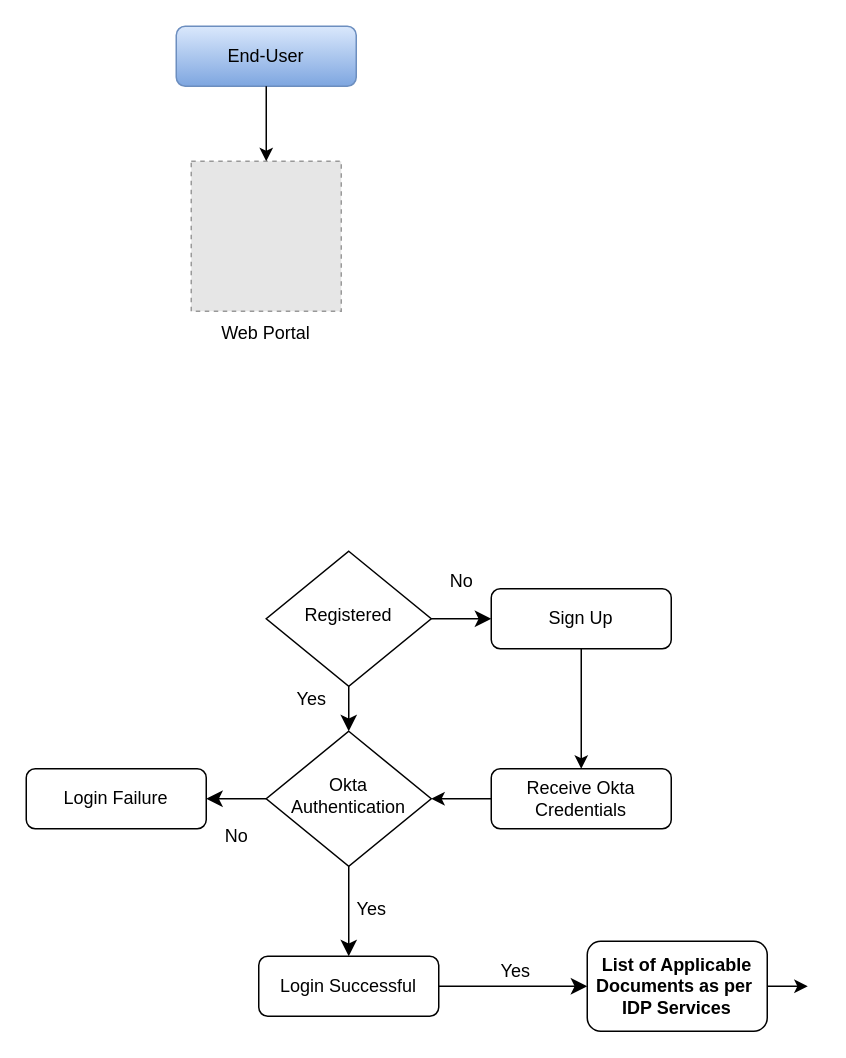
This is Generic Ai.drawio from sidthedesigner/Draw.io, a draw.io file, before an edit. Source tidied: cells renumbered, new cells numbered last; positions are measured from the earlier drawing's top-left corner, leaving out a move shared by most shapes. Both pictures are drawn from the tidied source at 150%, with x=0, y=0 at pixel (26, 26). Pictures stored in the file or linked from it are replaced by grey dashed boxes.
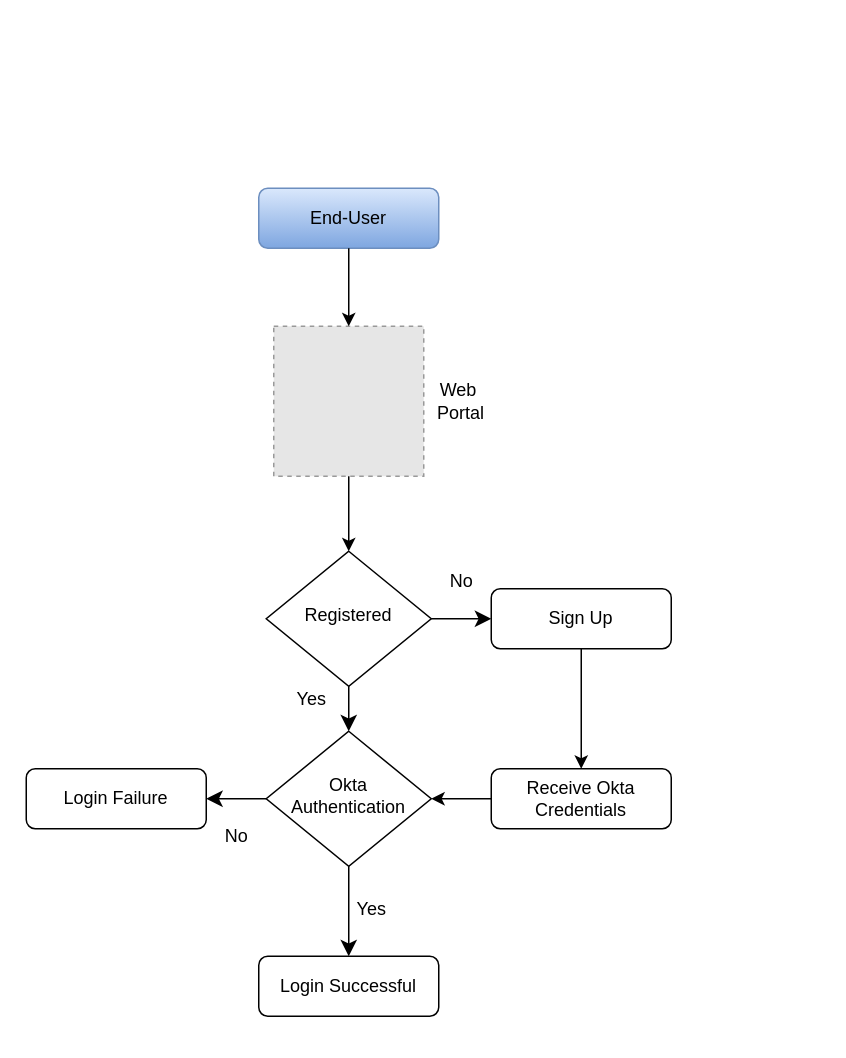
Above is the later version.

The change refers to these unchanged cells:
```xml
<mxCell id="5" value="Registered" style="rhombus;whiteSpace=wrap;html=1;shadow=0;fontFamily=Helvetica;fontSize=12;align=center;strokeWidth=1;spacing=6;spacingTop=-4;" parent="1" vertex="1">
  <mxGeometry x="160" y="350" width="110" height="90" as="geometry" />
</mxCell>
<mxCell id="9" value="Login Successful" style="rounded=1;whiteSpace=wrap;html=1;fontSize=12;glass=0;strokeWidth=1;shadow=0;" parent="1" vertex="1">
  <mxGeometry x="155" y="620" width="120" height="40" as="geometry" />
</mxCell>
```

Diff of the diagram source:
```diff
@@
     <mxCell id="2" value="End-User" style="rounded=1;whiteSpace=wrap;html=1;fontSize=12;glass=0;strokeWidth=1;shadow=0;fillColor=#dae8fc;gradientColor=#7ea6e0;strokeColor=#6c8ebf;" parent="1" vertex="1">
-      <mxGeometry x="100" width="120" height="40" as="geometry" />
+      <mxGeometry x="155" y="108" width="120" height="40" as="geometry" />
     </mxCell>
@@
-    <mxCell id="15" value="&lt;b style=&quot;font-size: 12px;&quot;&gt;List of Applicable&lt;/b&gt;&lt;div style=&quot;font-size: 12px;&quot;&gt;&lt;b style=&quot;font-size: 12px;&quot;&gt;Documents&amp;nbsp;&lt;span style=&quot;background-color: initial; font-size: 12px;&quot;&gt;as per&amp;nbsp;&lt;/span&gt;&lt;/b&gt;&lt;/div&gt;&lt;div style=&quot;font-size: 12px;&quot;&gt;&lt;span style=&quot;background-color: initial; font-size: 12px;&quot;&gt;&lt;b style=&quot;font-size: 12px;&quot;&gt;IDP Services&lt;/b&gt;&lt;/span&gt;&lt;/div&gt;" style="rounded=1;whiteSpace=wrap;html=1;fontSize=12;glass=0;strokeWidth=1;shadow=0;" parent="1" vertex="1">
-      <mxGeometry x="374" y="610" width="120" height="60" as="geometry" />
-    </mxCell>
-    <mxCell id="16" value="Yes" style="rounded=0;html=1;jettySize=auto;fontSize=12;endArrow=classic;endFill=1;endSize=8;strokeWidth=1;shadow=0;labelBackgroundColor=none;edgeStyle=orthogonalEdgeStyle;entryX=0;entryY=0.5;entryDx=0;entryDy=0;exitX=1;exitY=0.5;exitDx=0;exitDy=0;" parent="1" edge="1" source="9" target="15">
-      <mxGeometry x="0.03" y="10" relative="1" as="geometry" />
-    </mxCell>
-    <mxCell id="17" style="endArrow=classic;html=1;rounded=0;exitX=1;exitY=0.5;exitDx=0;exitDy=0;entryX=0;entryY=0.5;entryDx=0;entryDy=0;fontSize=12;" parent="1" edge="1" source="15">
-      <mxGeometry relative="1" as="geometry">
-        <mxPoint x="521" y="640" as="targetPoint" />
-      </mxGeometry>
-    </mxCell>
     <mxCell id="18" style="fillColor=#E6E6E6;strokeColor=#999999;dashed=1;verticalLabelPosition=bottom;labelBackgroundColor=default;verticalAlign=top;" parent="1" vertex="1">
-      <mxGeometry x="110" y="90" width="100" height="100" as="geometry" />
+      <mxGeometry x="165" y="200" width="100" height="100" as="geometry" />
     </mxCell>
@@
-    <mxCell id="20" value="Web Portal" style="text;strokeColor=none;align=center;fillColor=none;html=1;verticalAlign=middle;whiteSpace=wrap;rounded=0;" parent="1" vertex="1">
-      <mxGeometry x="110" y="190" width="100" height="30" as="geometry" />
+    <mxCell id="20" value="Web&amp;nbsp;&lt;div&gt;Portal&lt;/div&gt;" style="text;strokeColor=none;align=center;fillColor=none;html=1;verticalAlign=middle;whiteSpace=wrap;rounded=0;fontSize=12;" parent="1" vertex="1">
+      <mxGeometry x="265" y="235" width="50" height="30" as="geometry" />
     </mxCell>
+    <mxCell id="21" style="endArrow=classic;html=1;rounded=0;entryX=0.5;entryY=0;entryDx=0;entryDy=0;exitX=0.5;exitY=1;exitDx=0;exitDy=0;" parent="1" edge="1" source="18" target="5">
+      <mxGeometry relative="1" as="geometry" />
+    </mxCell>
```
